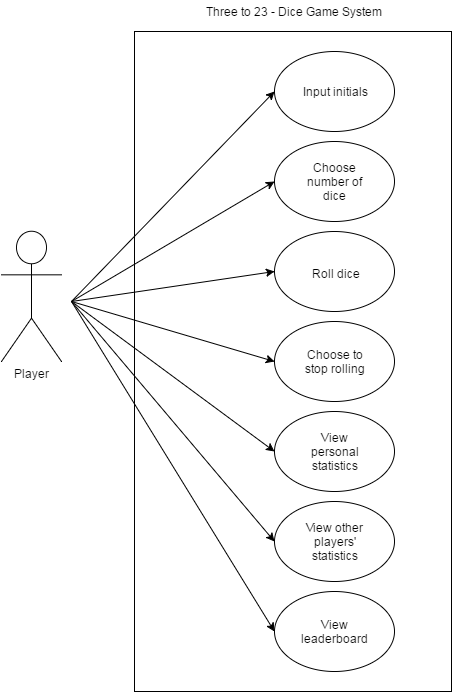
The draw.io diagram doc/diagrams/Use Case Diagram.png in sarahka7/dice-game, before a commit. Source tidied: cells renumbered, new cells last; positions are measured from the earlier drawing's top-left corner, leaving out a move shared by most shapes. Its diagram source:
```xml
<mxGraphModel background="#ffffff">
  <root>
    <mxCell id="0" />
    <mxCell id="1" parent="0" />
    <mxCell id="2" style="whiteSpace=wrap;html=1;" parent="1" vertex="1">
      <mxGeometry x="133" y="30" width="317" height="660" as="geometry" />
    </mxCell>
    <mxCell id="3" value="Player" style="shape=umlActor;verticalLabelPosition=bottom;labelBackgroundColor=#ffffff;verticalAlign=top;html=1;" parent="1" vertex="1">
      <mxGeometry y="230" width="60" height="130" as="geometry" />
    </mxCell>
    <mxCell id="4" style="ellipse;whiteSpace=wrap;html=1;" parent="1" vertex="1">
      <mxGeometry x="273" y="50" width="120" height="80" as="geometry" />
    </mxCell>
    <mxCell id="5" style="ellipse;whiteSpace=wrap;html=1;" parent="1" vertex="1">
      <mxGeometry x="273" y="140" width="120" height="80" as="geometry" />
    </mxCell>
    <mxCell id="6" style="ellipse;whiteSpace=wrap;html=1;" parent="1" vertex="1">
      <mxGeometry x="273" y="230" width="120" height="80" as="geometry" />
    </mxCell>
    <mxCell id="7" style="ellipse;whiteSpace=wrap;html=1;" parent="1" vertex="1">
      <mxGeometry x="273" y="410" width="120" height="80" as="geometry" />
    </mxCell>
    <mxCell id="8" style="ellipse;whiteSpace=wrap;html=1;" parent="1" vertex="1">
      <mxGeometry x="273" y="500" width="120" height="80" as="geometry" />
    </mxCell>
    <mxCell id="9" style="ellipse;whiteSpace=wrap;html=1;" parent="1" vertex="1">
      <mxGeometry x="273" y="590" width="120" height="80" as="geometry" />
    </mxCell>
    <mxCell id="10" style="ellipse;whiteSpace=wrap;html=1;" parent="1" vertex="1">
      <mxGeometry x="273" y="320" width="120" height="80" as="geometry" />
    </mxCell>
    <mxCell id="11" value="Input initials" style="text;html=1;strokeColor=none;fillColor=none;align=center;verticalAlign=middle;whiteSpace=wrap;overflow=hidden;" parent="1" vertex="1">
      <mxGeometry x="295" y="80" width="77" height="20" as="geometry" />
    </mxCell>
    <mxCell id="12" value="Choose number of dice" style="text;html=1;strokeColor=none;fillColor=none;align=center;verticalAlign=middle;whiteSpace=wrap;overflow=hidden;" parent="1" vertex="1">
      <mxGeometry x="300" y="160" width="67" height="40" as="geometry" />
    </mxCell>
    <mxCell id="13" value="Roll dice" style="text;html=1;strokeColor=none;fillColor=none;align=center;verticalAlign=middle;whiteSpace=wrap;overflow=hidden;" parent="1" vertex="1">
      <mxGeometry x="300" y="252" width="67" height="40" as="geometry" />
    </mxCell>
    <mxCell id="14" value="View personal statistics" style="text;html=1;strokeColor=none;fillColor=none;align=center;verticalAlign=middle;whiteSpace=wrap;overflow=hidden;" parent="1" vertex="1">
      <mxGeometry x="300" y="430" width="67" height="40" as="geometry" />
    </mxCell>
    <mxCell id="15" value="View other players' statistics" style="text;html=1;strokeColor=none;fillColor=none;align=center;verticalAlign=middle;whiteSpace=wrap;overflow=hidden;" parent="1" vertex="1">
      <mxGeometry x="300" y="520" width="67" height="40" as="geometry" />
    </mxCell>
    <mxCell id="16" value="View leaderboard" style="text;html=1;strokeColor=none;fillColor=none;align=center;verticalAlign=middle;whiteSpace=wrap;overflow=hidden;" parent="1" vertex="1">
      <mxGeometry x="300" y="610" width="67" height="40" as="geometry" />
    </mxCell>
    <mxCell id="17" value="Choose to stop rolling" style="text;html=1;strokeColor=none;fillColor=none;align=center;verticalAlign=middle;whiteSpace=wrap;overflow=hidden;" parent="1" vertex="1">
      <mxGeometry x="300" y="340" width="67" height="40" as="geometry" />
    </mxCell>
    <mxCell id="18" style="endArrow=classic;html=1;entryX=0;entryY=0.5;" parent="1" edge="1" target="4">
      <mxGeometry relative="1" as="geometry">
        <mxPoint x="70" y="300" as="sourcePoint" />
      </mxGeometry>
    </mxCell>
    <mxCell id="19" style="endArrow=classic;html=1;entryX=0;entryY=0.5;" parent="1" edge="1" target="9">
      <mxGeometry x="160" y="150" as="geometry">
        <mxPoint x="70" y="300" as="sourcePoint" />
      </mxGeometry>
    </mxCell>
    <mxCell id="20" style="endArrow=classic;html=1;entryX=0;entryY=0.5;" parent="1" edge="1" target="8">
      <mxGeometry x="170" y="160" as="geometry">
        <mxPoint x="70" y="300" as="sourcePoint" />
      </mxGeometry>
    </mxCell>
    <mxCell id="21" style="endArrow=classic;html=1;entryX=0;entryY=0.5;" parent="1" edge="1" target="5">
      <mxGeometry x="180" y="170" as="geometry">
        <mxPoint x="70" y="300" as="sourcePoint" />
      </mxGeometry>
    </mxCell>
    <mxCell id="22" style="endArrow=classic;html=1;entryX=0;entryY=0.5;" parent="1" edge="1" target="6">
      <mxGeometry x="190" y="180" as="geometry">
        <mxPoint x="70" y="300" as="sourcePoint" />
      </mxGeometry>
    </mxCell>
    <mxCell id="23" style="endArrow=classic;html=1;entryX=0;entryY=0.5;" parent="1" edge="1" target="10">
      <mxGeometry x="200" y="190" as="geometry">
        <mxPoint x="70" y="300" as="sourcePoint" />
      </mxGeometry>
    </mxCell>
    <mxCell id="24" style="endArrow=classic;html=1;entryX=0;entryY=0.5;" parent="1" edge="1" target="7">
      <mxGeometry x="210" y="200" as="geometry">
        <mxPoint x="70" y="300" as="sourcePoint" />
      </mxGeometry>
    </mxCell>
    <mxCell id="25" value="Three to 23 - Dice Game System" style="text;html=1;strokeColor=none;fillColor=none;align=center;verticalAlign=middle;whiteSpace=wrap;overflow=hidden;" parent="1" vertex="1">
      <mxGeometry x="142" width="300" height="20" as="geometry" />
    </mxCell>
  </root>
</mxGraphModel>
```
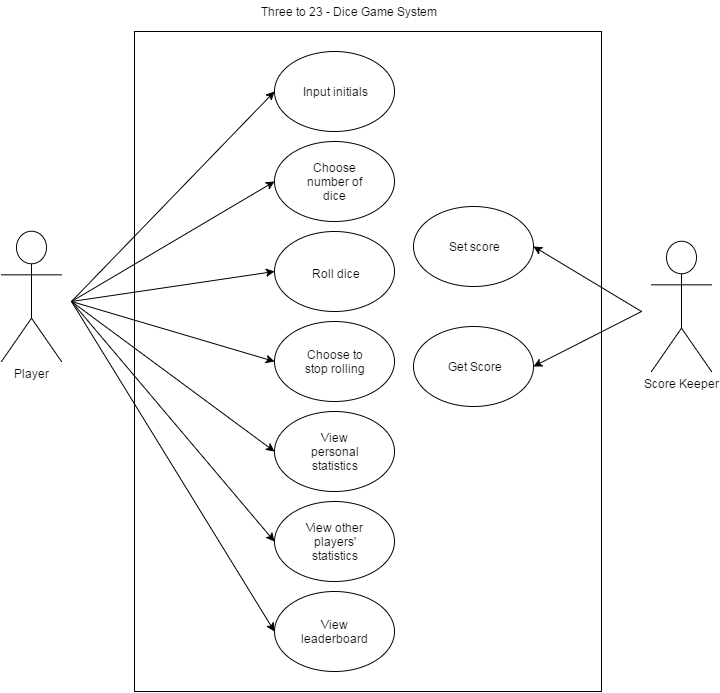
The same file after the commit.

Commit message:
Updated use case diagram

Diff of the diagram source:
```diff
@@ -3,7 +3,7 @@
     <mxCell id="0" />
     <mxCell id="1" parent="0" />
     <mxCell id="2" style="whiteSpace=wrap;html=1;" parent="1" vertex="1">
-      <mxGeometry x="133" y="30" width="317" height="660" as="geometry" />
+      <mxGeometry x="133" y="30" width="467" height="660" as="geometry" />
     </mxCell>
     <mxCell id="3" value="Player" style="shape=umlActor;verticalLabelPosition=bottom;labelBackgroundColor=#ffffff;verticalAlign=top;html=1;" parent="1" vertex="1">
       <mxGeometry y="230" width="60" height="130" as="geometry" />
@@ -86,7 +86,41 @@
       </mxGeometry>
     </mxCell>
     <mxCell id="25" value="Three to 23 - Dice Game System" style="text;html=1;strokeColor=none;fillColor=none;align=center;verticalAlign=middle;whiteSpace=wrap;overflow=hidden;" parent="1" vertex="1">
-      <mxGeometry x="142" width="300" height="20" as="geometry" />
+      <mxGeometry x="197" width="300" height="20" as="geometry" />
     </mxCell>
+    <mxCell id="26" style="edgeStyle=orthogonalEdgeStyle;rounded=0;html=1;exitX=1;exitY=1;entryX=1;entryY=1;jettySize=auto;orthogonalLoop=1;" parent="1" edge="1" source="4" target="4">
+      <mxGeometry relative="1" as="geometry" />
+    </mxCell>
+    <mxCell id="27" style="edgeStyle=orthogonalEdgeStyle;rounded=0;html=1;exitX=0.75;exitY=1;entryX=0.75;entryY=1;jettySize=auto;orthogonalLoop=1;" parent="1" edge="1" source="11" target="11">
+      <mxGeometry relative="1" as="geometry" />
+    </mxCell>
+    <mxCell id="28" style="ellipse;whiteSpace=wrap;html=1;" parent="1" vertex="1">
+      <mxGeometry x="412" y="205" width="120" height="80" as="geometry" />
+    </mxCell>
+    <mxCell id="29" value="Set score" style="text;html=1;strokeColor=none;fillColor=none;align=center;verticalAlign=middle;whiteSpace=wrap;overflow=hidden;" parent="1" vertex="1">
+      <mxGeometry x="434" y="235" width="77" height="20" as="geometry" />
+    </mxCell>
+    <mxCell id="30" style="ellipse;whiteSpace=wrap;html=1;" parent="1" vertex="1">
+      <mxGeometry x="412" y="325" width="120" height="80" as="geometry" />
+    </mxCell>
+    <mxCell id="31" value="Get Score" style="text;html=1;strokeColor=none;fillColor=none;align=center;verticalAlign=middle;whiteSpace=wrap;overflow=hidden;" parent="1" vertex="1">
+      <mxGeometry x="434" y="355" width="77" height="20" as="geometry" />
+    </mxCell>
+    <mxCell id="32" style="edgeStyle=orthogonalEdgeStyle;rounded=0;html=1;exitX=0.25;exitY=1;entryX=0.25;entryY=1;jettySize=auto;orthogonalLoop=1;" parent="1" edge="1" source="29" target="29">
+      <mxGeometry relative="1" as="geometry" />
+    </mxCell>
+    <mxCell id="33" value="Score Keeper" style="shape=umlActor;verticalLabelPosition=bottom;labelBackgroundColor=#ffffff;verticalAlign=top;html=1;" parent="1" vertex="1">
+      <mxGeometry x="650" y="240" width="60" height="130" as="geometry" />
+    </mxCell>
+    <mxCell id="34" style="endArrow=classic;html=1;entryX=1;entryY=0.5;" parent="1" edge="1" target="28">
+      <mxGeometry relative="1" as="geometry">
+        <mxPoint x="640" y="310" as="sourcePoint" />
+      </mxGeometry>
+    </mxCell>
+    <mxCell id="35" style="endArrow=classic;html=1;entryX=1;entryY=0.5;" parent="1" edge="1" target="30">
+      <mxGeometry x="622" y="305" as="geometry">
+        <mxPoint x="640" y="310" as="sourcePoint" />
+      </mxGeometry>
+    </mxCell>
   </root>
 </mxGraphModel>
```
